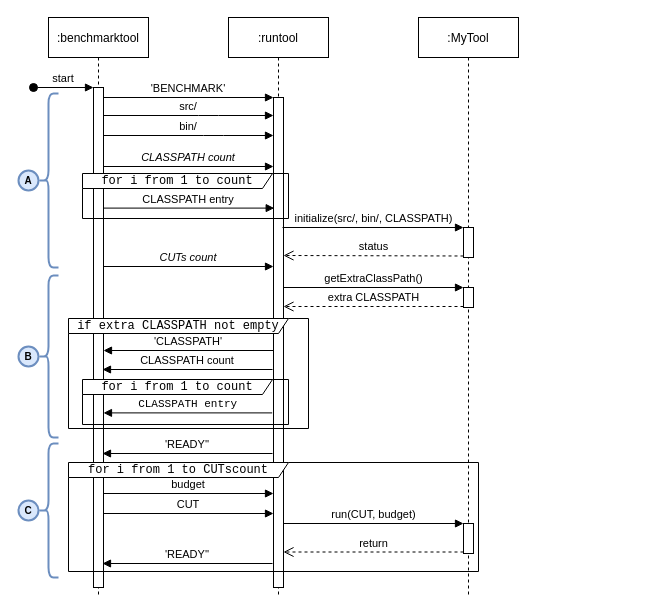
The draw.io diagram docs/assets/runtool-protocol.drawio in PROSRESEARCHCENTER/junitcontest, before the edit. Source tidied: cells renumbered, new cells numbered last; positions are measured from the earlier drawing's top-left corner, leaving out a move shared by most shapes. Both pictures are drawn from the tidied source at 100%, with x=0, y=0 at pixel (18, 17).
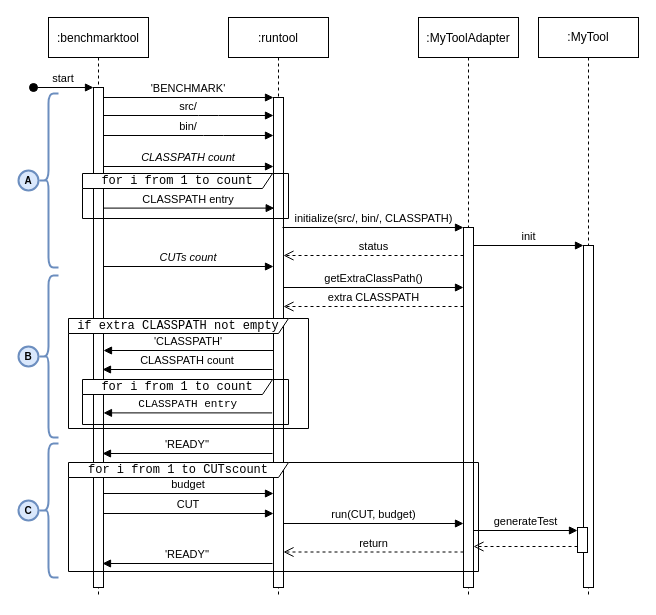
After the change.

What changed in the source:
```diff
@@
-    <mxCell id="9" value=":MyTool" style="shape=umlLifeline;perimeter=lifelinePerimeter;rounded=0;shadow=0;strokeWidth=1;" parent="1" vertex="1">
+    <mxCell id="9" value=":MyToolAdapter" style="shape=umlLifeline;perimeter=lifelinePerimeter;rounded=0;shadow=0;strokeWidth=1;" parent="1" vertex="1">
       <mxGeometry x="400" width="100" height="580" as="geometry" />
     </mxCell>
-    <mxCell id="10" style="html=1;points=[];perimeter=orthogonalPerimeter;fontFamily=Helvetica;" parent="9" vertex="1">
-      <mxGeometry x="45" y="210" width="10" height="30" as="geometry" />
-    </mxCell>
@@
+    <mxCell id="10" style="html=1;points=[];perimeter=orthogonalPerimeter;fontFamily=Helvetica;" parent="9" vertex="1">
+      <mxGeometry x="45" y="210" width="10" height="360" as="geometry" />
+    </mxCell>
@@
-    <mxCell id="22" value="status" style="html=1;verticalAlign=bottom;endArrow=open;dashed=1;endSize=8;exitX=0;exitY=0.95;fontFamily=Helvetica;" parent="1" edge="1" source="10">
+    <mxCell id="22" value="status" style="html=1;verticalAlign=bottom;endArrow=open;dashed=1;endSize=8;fontFamily=Helvetica;" parent="1" edge="1" source="10">
       <mxGeometry relative="1" as="geometry">
         <mxPoint x="265" y="238" as="targetPoint" />
       </mxGeometry>
     </mxCell>
@@
-    <mxCell id="33" value="for i from 1 to CUTscount" style="shape=umlFrame;whiteSpace=wrap;html=1;fontFamily=Courier New;width=220;height=15;" parent="1" vertex="1">
-      <mxGeometry x="50" y="445" width="410" height="109" as="geometry" />
-    </mxCell>
@@
+    <mxCell id="40" value=":MyTool" style="shape=umlLifeline;perimeter=lifelinePerimeter;whiteSpace=wrap;html=1;" parent="1" vertex="1">
+      <mxGeometry x="520" width="100" height="580" as="geometry" />
+    </mxCell>
+    <mxCell id="41" style="html=1;points=[];perimeter=orthogonalPerimeter;fontFamily=Helvetica;" parent="40" vertex="1">
+      <mxGeometry x="45" y="228" width="10" height="342" as="geometry" />
+    </mxCell>
+    <mxCell id="42" style="html=1;points=[];perimeter=orthogonalPerimeter;fontFamily=Helvetica;" parent="40" vertex="1">
+      <mxGeometry x="39" y="510" width="10" height="25" as="geometry" />
+    </mxCell>
+    <mxCell id="43" value="init" style="html=1;verticalAlign=bottom;endArrow=block;entryX=0;entryY=0;fontFamily=Helvetica;" parent="1" edge="1" source="10" target="41">
+      <mxGeometry relative="1" as="geometry" />
+    </mxCell>
+    <mxCell id="44" value="generateTest" style="html=1;verticalAlign=bottom;endArrow=block;fontFamily=Helvetica;" parent="1" edge="1" target="42">
+      <mxGeometry relative="1" as="geometry">
+        <mxPoint x="455" y="513" as="sourcePoint" />
+      </mxGeometry>
+    </mxCell>
+    <mxCell id="45" style="html=1;verticalAlign=bottom;endArrow=open;dashed=1;endSize=8;fontFamily=Helvetica;" parent="1" edge="1">
+      <mxGeometry relative="1" as="geometry">
+        <mxPoint x="559" y="529" as="sourcePoint" />
+        <mxPoint x="455" y="529" as="targetPoint" />
+      </mxGeometry>
+    </mxCell>
+    <mxCell id="33" value="for i from 1 to CUTscount" style="shape=umlFrame;whiteSpace=wrap;html=1;fontFamily=Courier New;width=220;height=15;" parent="1" vertex="1">
+      <mxGeometry x="50" y="445" width="410" height="109" as="geometry" />
+    </mxCell>
```
